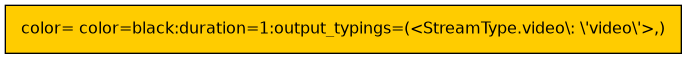
Above: docs/usage/Digraph.gv.png in livingbio/typed-ffmpeg (Graphviz), before the change. Its source is kept beside it as docs/usage/Digraph.gv.
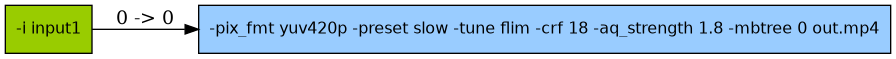
The same file after the commit.

Change to the diagram source:
```diff
@@ -2,5 +2,7 @@
 	rankdir=LR
 	fontname=Helvetica
 	fontsize=12
-	"3064ec056e14e614" [label=" color= color=black:duration=1:output_typings=(<StreamType.video\\: \\\'video\\\'>\,) " fillcolor="#ffcc00" fontname=Helvetica fontsize=12 shape=box style=filled]
+	"2b909728b8e78ecc" [label="-i input1" fillcolor="#99cc00" fontname=Helvetica fontsize=12 shape=box style=filled]
+	"40c9ca558343f4bc" [label="-pix_fmt yuv420p -preset slow -tune flim -crf 18 -aq_strength 1.8 -mbtree 0 out.mp4" fillcolor="#99ccff" fontname=Helvetica fontsize=12 shape=box style=filled]
+	"2b909728b8e78ecc" -> "40c9ca558343f4bc" [label="0 -> 0"]
 }
```
